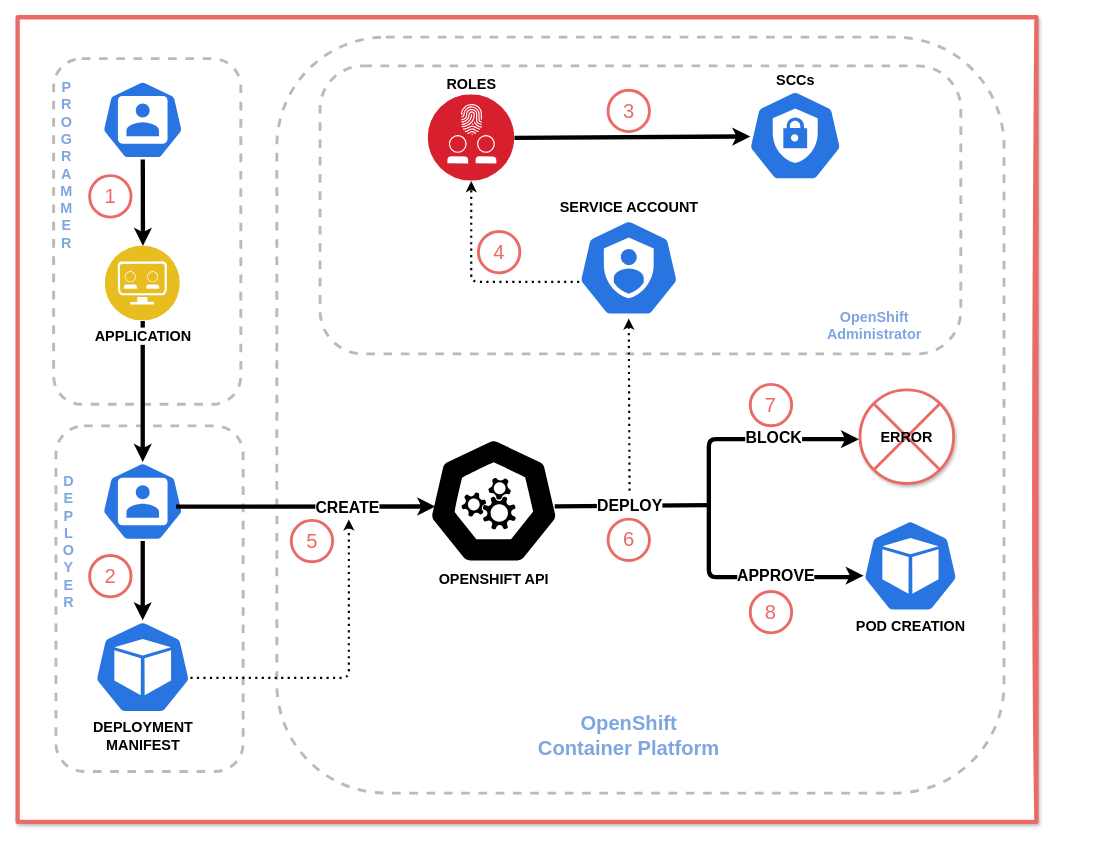
Before: page "overview4" (4 of 15) of article/images/detailed-flow.drawio in tt-isv-org/scc, a draw.io diagram. Source tidied: cells renumbered, new cells numbered last; positions are measured from the earlier drawing's top-left corner, leaving out a move shared by most shapes. Both pictures are drawn from the tidied source at 72%, with x=0, y=0 at pixel (17, 17).
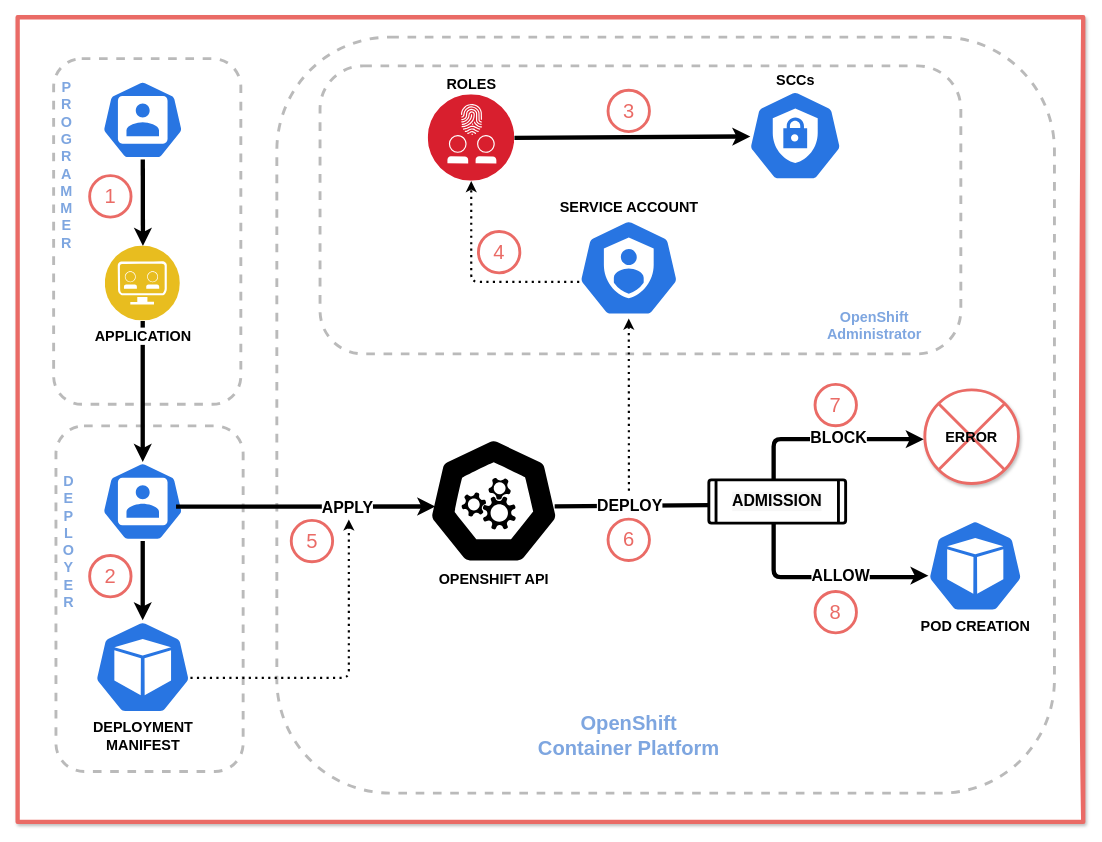
Above is the later version.

The change refers to these unchanged cells:
```xml
<mxCell id="45" value="&lt;b&gt;ERROR&lt;/b&gt;" style="shape=sumEllipse;perimeter=ellipsePerimeter;whiteSpace=wrap;html=1;backgroundOutline=1;rounded=0;shadow=1;glass=0;sketch=0;strokeWidth=4;fillColor=#FFFFFF;fontSize=20;strokeColor=#EA6B66;labelPosition=center;verticalLabelPosition=middle;align=center;verticalAlign=middle;" parent="42" vertex="1">
  <mxGeometry x="-40" y="-30" width="130" height="130" as="geometry" />
</mxCell>
<mxCell id="46" value="SERVICE ACCOUNT" style="html=1;dashed=0;whitespace=wrap;fillColor=#2875E2;strokeColor=#ffffff;points=[[0.005,0.63,0],[0.1,0.2,0],[0.9,0.2,0],[0.5,0,0],[0.995,0.63,0],[0.72,0.99,0],[0.5,1,0],[0.28,0.99,0]];shape=mxgraph.kubernetes.icon;prIcon=sa;fontSize=20;fontStyle=1;labelPosition=center;verticalLabelPosition=top;align=center;verticalAlign=bottom;" parent="1" vertex="1">
  <mxGeometry x="778.8" y="278" width="140" height="141" as="geometry" />
</mxCell>
<mxCell id="49" style="html=1;labelBackgroundColor=#ffffff;startArrow=none;startFill=0;endArrow=classic;endFill=1;jettySize=auto;strokeWidth=6;fontSize=22;exitX=0.849;exitY=0.564;exitDx=0;exitDy=0;exitPerimeter=0;labelPosition=center;verticalLabelPosition=middle;align=center;verticalAlign=middle;fontStyle=1;" parent="1" edge="1" source="39">
  <mxGeometry relative="1" as="geometry">
    <mxPoint x="580" y="680" as="targetPoint" />
  </mxGeometry>
</mxCell>
```

The edit, as a diff of the source:
```diff
@@
     <mxCell id="2" style="rounded=0;whiteSpace=wrap;html=1;labelBackgroundColor=#FFFFFF;fontColor=#FFFFFF;fillColor=#FFFFFF;perimeterSpacing=4;strokeWidth=6;strokeColor=#EA6B66;shadow=1;glass=0;sketch=1;" parent="1" vertex="1">
-      <mxGeometry y="0.5" width="1415" height="1117.5" as="geometry" />
+      <mxGeometry y="0.5" width="1480" height="1117.5" as="geometry" />
     </mxCell>
     <mxCell id="3" style="rounded=1;whiteSpace=wrap;html=1;dashed=1;strokeWidth=4;fontSize=20;strokeColor=#BABABA;" parent="1" vertex="1">
-      <mxGeometry x="360" y="28" width="1010" height="1050" as="geometry" />
+      <mxGeometry x="360" y="28" width="1080" height="1050" as="geometry" />
     </mxCell>
@@
     <mxCell id="23" style="group;" parent="1" vertex="1">
-      <mxGeometry x="1017.5" y="798" width="92.5" height="71.6" as="geometry" />
+      <mxGeometry x="1107.5" y="798" width="92.5" height="71.6" as="geometry" />
     </mxCell>
@@
     <mxCell id="38" value="POD CREATION" style="html=1;dashed=0;whitespace=wrap;fillColor=#2875E2;strokeColor=#ffffff;shape=mxgraph.kubernetes.icon;prIcon=pod;fontStyle=1;fontSize=20;labelPosition=center;verticalLabelPosition=bottom;align=center;verticalAlign=top;" parent="1" vertex="1">
-      <mxGeometry x="1140" y="698" width="200" height="128.8" as="geometry" />
+      <mxGeometry x="1230" y="698" width="200" height="128.8" as="geometry" />
     </mxCell>
@@
     <mxCell id="42" style="group;" parent="1" vertex="1">
-      <mxGeometry x="1210" y="548" width="67.5" height="93.8" as="geometry" />
+      <mxGeometry x="1300" y="548" width="67.5" height="93.8" as="geometry" />
     </mxCell>
@@
-    <mxCell id="48" style="html=1;labelBackgroundColor=#ffffff;startArrow=none;startFill=0;endArrow=classic;endFill=1;jettySize=auto;strokeWidth=3;dashed=1;fontSize=14;dashPattern=1 2;entryX=0.5;entryY=1;entryDx=0;entryDy=0;entryPerimeter=0;exitX=0.485;exitY=0.6;exitDx=0;exitDy=0;exitPerimeter=0;" parent="1" edge="1" source="3" target="46">
-      <mxGeometry relative="1" as="geometry" />
+    <mxCell id="48" style="html=1;labelBackgroundColor=#ffffff;startArrow=none;startFill=0;endArrow=classic;endFill=1;jettySize=auto;strokeWidth=3;dashed=1;fontSize=14;dashPattern=1 2;entryX=0.5;entryY=1;entryDx=0;entryDy=0;entryPerimeter=0;" parent="1" edge="1" target="46">
+      <mxGeometry relative="1" as="geometry">
+        <mxPoint x="849" y="658" as="sourcePoint" />
+      </mxGeometry>
     </mxCell>
@@
-    <mxCell id="50" value="&lt;b&gt;CREATE&lt;/b&gt;" style="edgeLabel;html=1;align=center;verticalAlign=middle;fontSize=22;fontColor=#000000;" parent="49" vertex="1">
+    <mxCell id="50" value="&lt;b&gt;APPLY&lt;/b&gt;" style="edgeLabel;html=1;align=center;verticalAlign=middle;fontSize=22;fontColor=#000000;" parent="49" vertex="1">
       <mxGeometry x="0.32" y="-2" relative="1" as="geometry" />
     </mxCell>
@@
     <mxCell id="55" style="edgeStyle=segmentEdgeStyle;endArrow=classic;html=1;strokeWidth=6;entryX=-0.012;entryY=0.527;entryDx=0;entryDy=0;entryPerimeter=0;" parent="1" edge="1" target="45">
       <mxGeometry relative="1" as="geometry">
-        <mxPoint x="960" y="678" as="sourcePoint" />
+        <mxPoint x="1050" y="678" as="sourcePoint" />
         <Array as="points">
-          <mxPoint x="960" y="587" />
+          <mxPoint x="1050" y="587" />
         </Array>
       </mxGeometry>
     </mxCell>
@@
     <mxCell id="57" style="edgeStyle=segmentEdgeStyle;endArrow=classic;html=1;strokeWidth=6;" parent="1" edge="1">
       <mxGeometry relative="1" as="geometry">
-        <mxPoint x="960" y="678" as="sourcePoint" />
-        <mxPoint x="1175" y="776" as="targetPoint" />
+        <mxPoint x="1050" y="678" as="sourcePoint" />
+        <mxPoint x="1265" y="776" as="targetPoint" />
         <Array as="points">
-          <mxPoint x="960" y="778" />
-          <mxPoint x="1160" y="778" />
-          <mxPoint x="1160" y="776" />
+          <mxPoint x="1050" y="778" />
+          <mxPoint x="1250" y="778" />
+          <mxPoint x="1250" y="776" />
         </Array>
       </mxGeometry>
     </mxCell>
-    <mxCell id="58" value="APPROVE" style="edgeLabel;html=1;align=center;verticalAlign=middle;fontSize=22;fontColor=#000000;fontStyle=1;" parent="57" vertex="1">
+    <mxCell id="58" value="ALLOW" style="edgeLabel;html=1;align=center;verticalAlign=middle;fontSize=22;fontColor=#000000;fontStyle=1;" parent="57" vertex="1">
       <mxGeometry x="0.21" y="2" relative="1" as="geometry" />
     </mxCell>
@@
     <mxCell id="60" style="group;" parent="1" vertex="1">
-      <mxGeometry x="1017.5" y="510.4" width="92.5" height="71.6" as="geometry" />
+      <mxGeometry x="1107.5" y="510.4" width="92.5" height="71.6" as="geometry" />
     </mxCell>
@@
+    <mxCell id="63" value="&lt;b&gt;ADMISSION&lt;/b&gt;" style="verticalLabelPosition=middle;verticalAlign=middle;html=1;shape=process;whiteSpace=wrap;rounded=1;size=0.05263157894736842;arcSize=6;labelBackgroundColor=#F7F7F7;strokeColor=#000000;strokeWidth=4;fontSize=22;fontColor=#000000;align=center;labelPosition=center;" parent="1" vertex="1">
+      <mxGeometry x="960" y="643" width="190" height="60" as="geometry" />
+    </mxCell>
```
